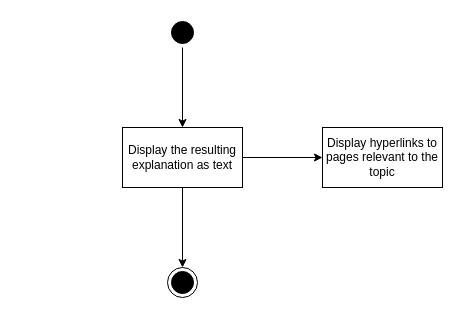
Before: diagrams/M5.drawio in whzd/thesis, a draw.io diagram. Source tidied: cells renumbered, new cells numbered last; positions are measured from the earlier drawing's top-left corner, leaving out a move shared by most shapes. Both pictures are drawn from the tidied source at 100%, with x=0, y=0 at pixel (122, 17).
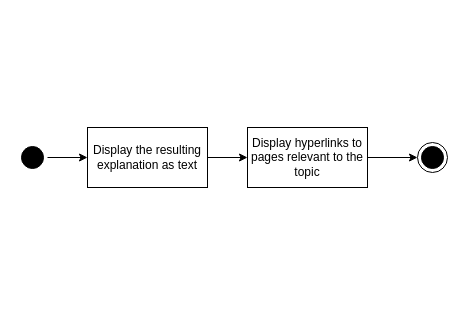
The same diagram, later.

What changed in the source:
```diff
@@
 <mxGraphModel>
   <root>
     <mxCell id="0" />
     <mxCell id="1" parent="0" />
     <mxCell id="2" style="edgeStyle=orthogonalEdgeStyle;rounded=0;jettySize=auto;html=1;" parent="1" edge="1" source="3" target="7">
       <mxGeometry relative="1" as="geometry" />
     </mxCell>
     <mxCell id="3" style="ellipse;html=1;shape=startState;fillColor=#000000;strokeColor=#000000;" parent="1" vertex="1">
-      <mxGeometry x="45" width="30" height="30" as="geometry" />
+      <mxGeometry x="-105" y="125" width="30" height="30" as="geometry" />
     </mxCell>
     <mxCell id="4" style="ellipse;html=1;shape=endState;fillColor=#000000;strokeColor=#000000;" parent="1" vertex="1">
-      <mxGeometry x="45" y="250" width="30" height="30" as="geometry" />
+      <mxGeometry x="295" y="125" width="30" height="30" as="geometry" />
     </mxCell>
-    <mxCell id="5" style="edgeStyle=orthogonalEdgeStyle;rounded=0;jettySize=auto;html=1;" parent="1" edge="1" source="7" target="4">
-      <mxGeometry relative="1" as="geometry" />
-    </mxCell>
     <mxCell id="6" style="edgeStyle=orthogonalEdgeStyle;rounded=0;jettySize=auto;html=1;" parent="1" edge="1" source="7" target="8">
       <mxGeometry relative="1" as="geometry" />
     </mxCell>
     <mxCell id="7" value="Display the resulting explanation as text" style="rounded=0;whiteSpace=wrap;html=1;" parent="1" vertex="1">
-      <mxGeometry y="110" width="120" height="60" as="geometry" />
+      <mxGeometry x="-35" y="110" width="120" height="60" as="geometry" />
     </mxCell>
+    <mxCell id="9" style="edgeStyle=orthogonalEdgeStyle;rounded=0;jettySize=auto;html=1;" parent="1" edge="1" source="8" target="4">
+      <mxGeometry relative="1" as="geometry" />
+    </mxCell>
     <mxCell id="8" value="Display hyperlinks to pages relevant to the topic" style="rounded=0;whiteSpace=wrap;html=1;" parent="1" vertex="1">
-      <mxGeometry x="200" y="110" width="120" height="60" as="geometry" />
+      <mxGeometry x="125" y="110" width="120" height="60" as="geometry" />
     </mxCell>
   </root>
 </mxGraphModel>
```
